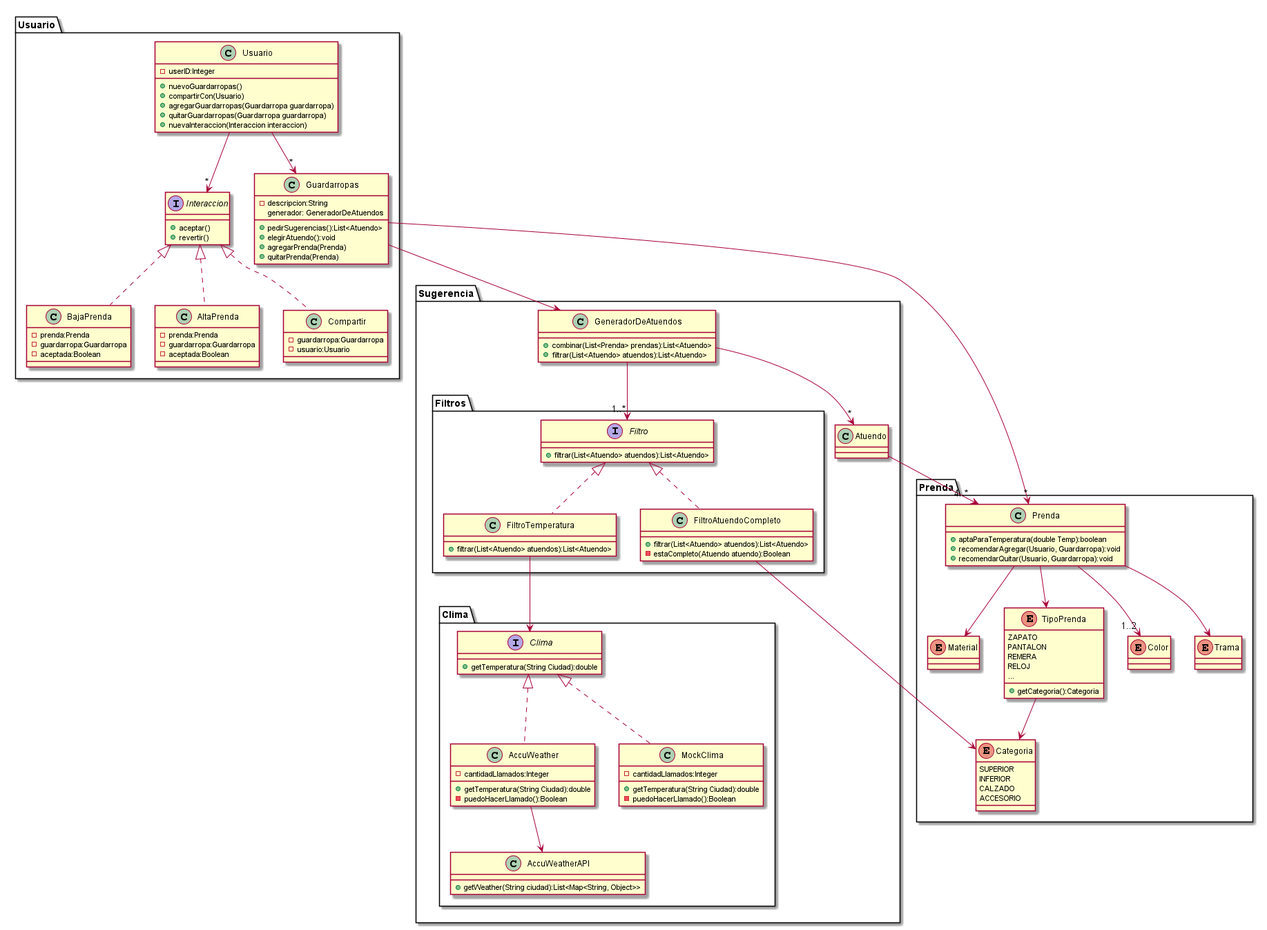
agustinmonti/DDS-QMP keeps this PlantUML diagram as QueMePongo5.png. Above is the earlier version. Its diagram source:
```plantuml
@startuml
package Usuario{
class Guardarropas
class Usuario
interface Interaccion
class BajaPrenda
class AltaPrenda
class Compartir
}
package Prenda{
    class Prenda
    enum Material
    enum TipoPrenda
    enum Categoria
    enum Color
    enum Trama
}
package Sugerencia{
    class GeneradorDeAtuendos
    class Atuendo
    package Clima{
        class AccuWeather
        class AccuWeatherAPI
        interface Clima
        class MockClima
    }
    package Filtros{
        interface Filtro
        class FiltroTemperatura
        class FiltroAtuendoCompleto
    }
}



class Prenda{
    +aptaParaTemperatura(double Temp):boolean
    +recomendarAgregar(Usuario, Guardarropa):void
    +recomendarQuitar(Usuario, Guardarropa):void
}
Prenda --> Material
Prenda --> TipoPrenda
Prenda --> "1..2" Color
Prenda --> Trama
TipoPrenda --> Categoria

enum Color{
}
enum Material{
}
enum Categoria{
SUPERIOR
INFERIOR
CALZADO
ACCESORIO
}
enum TipoPrenda {
ZAPATO
PANTALON
REMERA
RELOJ
...
+getCategoria():Categoria
}
class MockClima implements Clima{
-cantidadLlamados:Integer
+getTemperatura(String Ciudad):double
-puedoHacerLlamado():Boolean
}
AccuWeather --> AccuWeatherAPI
interface Clima{
+getTemperatura(String Ciudad):double
}
class AccuWeather implements Clima{
-cantidadLlamados:Integer
+getTemperatura(String Ciudad):double
-puedoHacerLlamado():Boolean
}
class AccuWeatherAPI{
+getWeather(String ciudad):List<Map<String, Object>>
}

FiltroAtuendoCompleto --> Categoria
FiltroTemperatura --> Clima
interface Filtro{
+filtrar(List<Atuendo> atuendos):List<Atuendo>
}
class FiltroTemperatura implements Filtro{
+filtrar(List<Atuendo> atuendos):List<Atuendo>
}
class FiltroAtuendoCompleto implements Filtro{
+filtrar(List<Atuendo> atuendos):List<Atuendo>
-estaCompleto(Atuendo atuendo):Boolean
}
GeneradorDeAtuendos --> "1..*" Filtro
GeneradorDeAtuendos --> "*" Atuendo
Atuendo --> "4..*" Prenda
Guardarropas --> "*" Prenda
Guardarropas --> GeneradorDeAtuendos

class Guardarropas{
-descripcion:String
generador: GeneradorDeAtuendos
+pedirSugerencias():List<Atuendo>
+elegirAtuendo():void
+agregarPrenda(Prenda)
+quitarPrenda(Prenda)
}

class GeneradorDeAtuendos{
+combinar(List<Prenda> prendas):List<Atuendo>
+filtrar(List<Atuendo> atuendos):List<Atuendo>
}
Usuario --> "*" Guardarropas
Usuario -d-> "*" Interaccion
class Usuario{
-userID:Integer
+nuevoGuardarropas()
+compartirCon(Usuario)
+agregarGuardarropas(Guardarropa guardarropa)
+quitarGuardarropas(Guardarropa guardarropa)
+nuevaInteraccion(Interaccion interaccion)
}
interface Interaccion{
+aceptar()
+revertir()
}
class BajaPrenda implements Interaccion{
    -prenda:Prenda
    -guardarropa:Guardarropa
    -aceptada:Boolean
}
class AltaPrenda implements Interaccion{
    -prenda:Prenda
    -guardarropa:Guardarropa
    -aceptada:Boolean
}
class Compartir implements Interaccion{
    -guardarropa:Guardarropa
    -usuario:Usuario
}
@enduml
```
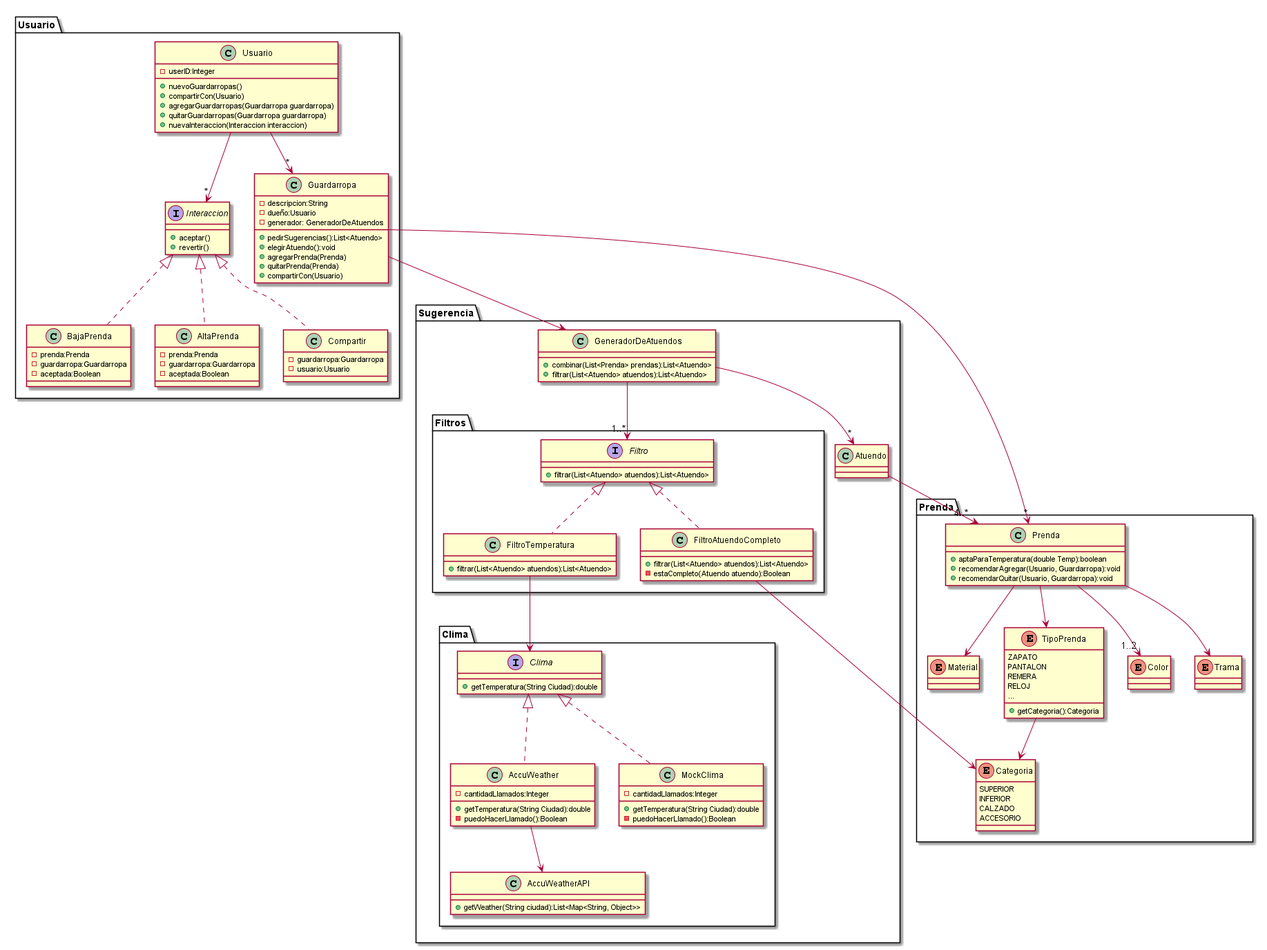
The same file after the commit.

Commit message:
Algunos cambios en el diagrama

Diff of the diagram source:
```diff
@@ -1,6 +1,6 @@
 @startuml
 package Usuario{
-class Guardarropas
+class Guardarropa
 class Usuario
 interface Interaccion
 class BajaPrenda
@@ -95,23 +95,25 @@
 GeneradorDeAtuendos --> "1..*" Filtro
 GeneradorDeAtuendos --> "*" Atuendo
 Atuendo --> "4..*" Prenda
-Guardarropas --> "*" Prenda
-Guardarropas --> GeneradorDeAtuendos
+Guardarropa --> "*" Prenda
+Guardarropa --> GeneradorDeAtuendos
 
-class Guardarropas{
+class Guardarropa{
 -descripcion:String
-generador: GeneradorDeAtuendos
+-dueño:Usuario
+-generador: GeneradorDeAtuendos
 +pedirSugerencias():List<Atuendo>
 +elegirAtuendo():void
 +agregarPrenda(Prenda)
 +quitarPrenda(Prenda)
++compartirCon(Usuario)
 }
 
 class GeneradorDeAtuendos{
 +combinar(List<Prenda> prendas):List<Atuendo>
 +filtrar(List<Atuendo> atuendos):List<Atuendo>
 }
-Usuario --> "*" Guardarropas
+Usuario --> "*" Guardarropa
 Usuario -d-> "*" Interaccion
 class Usuario{
 -userID:Integer
```
